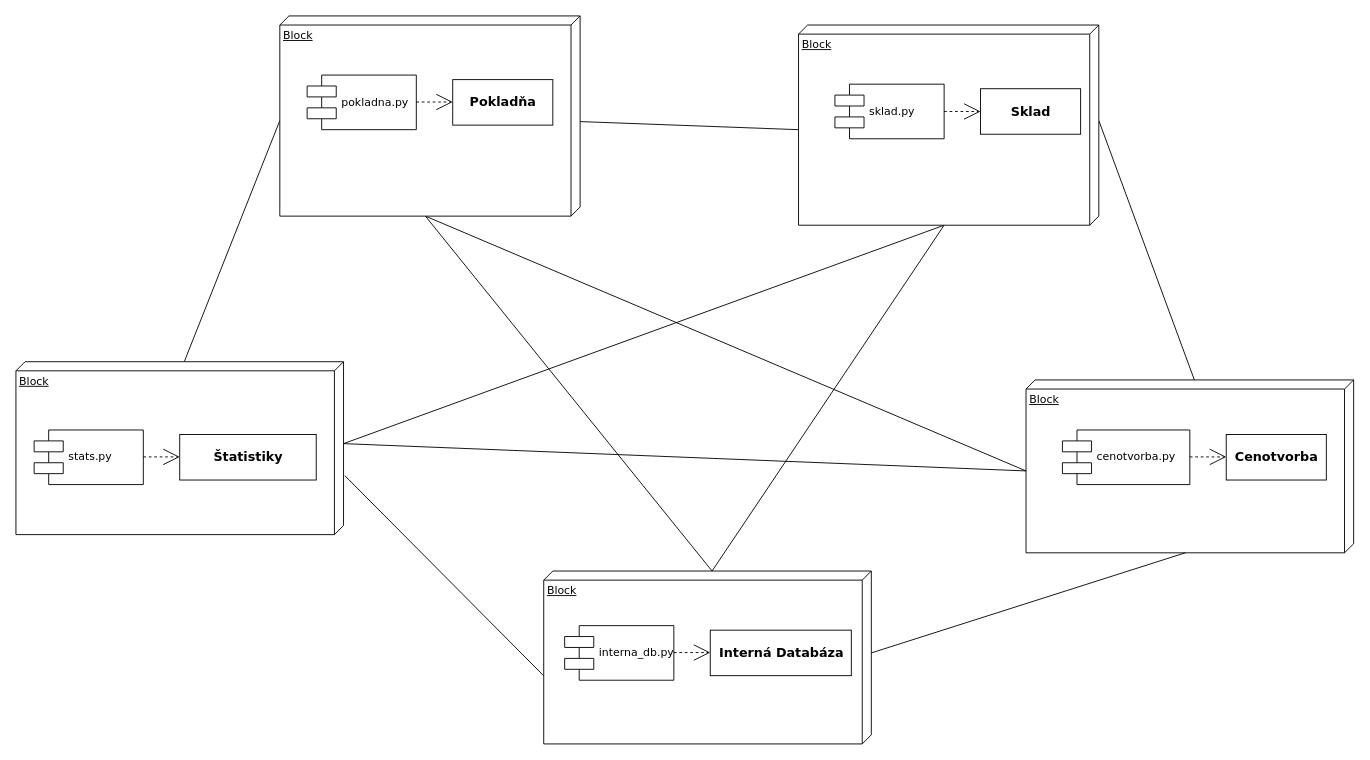
Earlier version of the draw.io diagram class_sample.drawio (GISAdamToth/draw.io). Source tidied: cells renumbered, new cells numbered last; positions are measured from the earlier drawing's top-left corner, leaving out a move shared by most shapes. Both pictures are drawn from the tidied source at 91%, with x=0, y=0 at pixel (15, 15).
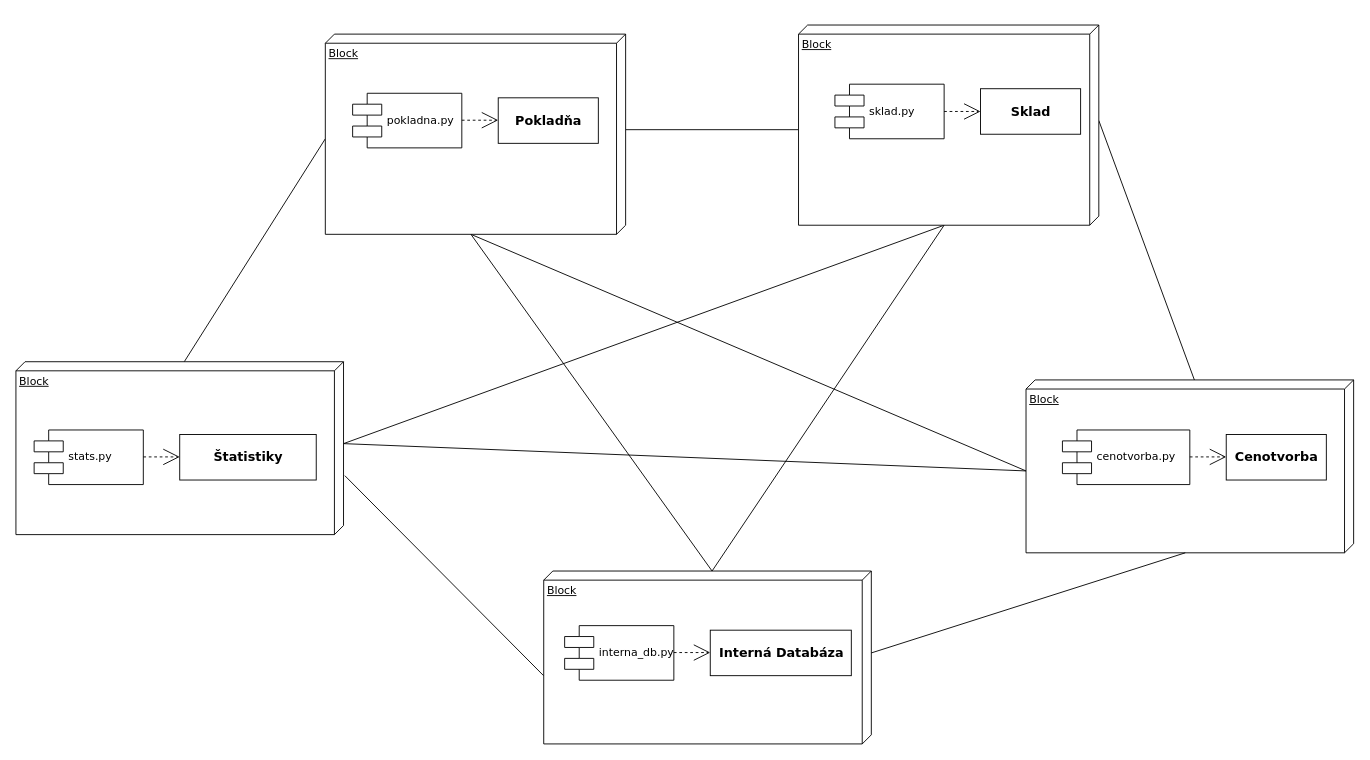
Above is the later version.

The change refers to these unchanged cells:
```xml
<mxCell id="25" value="Block" style="verticalAlign=top;align=left;spacingTop=8;spacingLeft=2;spacingRight=12;shape=cube;size=10;direction=south;fontStyle=4;html=1;rounded=0;shadow=0;comic=0;labelBackgroundColor=none;strokeWidth=1;fontFamily=Verdana;fontSize=12;" parent="24" vertex="1">
  <mxGeometry width="330" height="220" as="geometry" />
</mxCell>
<mxCell id="30" value="Block" style="verticalAlign=top;align=left;spacingTop=8;spacingLeft=2;spacingRight=12;shape=cube;size=10;direction=south;fontStyle=4;html=1;rounded=0;shadow=0;comic=0;labelBackgroundColor=none;strokeWidth=1;fontFamily=Verdana;fontSize=12;" parent="29" vertex="1">
  <mxGeometry width="330" height="220" as="geometry" />
</mxCell>
```

Diff of the diagram source:
```diff
@@
-    <mxCell id="17" style="endArrow=none;html=1;rounded=0;fontSize=14;entryX=0;entryY=0;entryDx=115;entryDy=330;entryPerimeter=0;" parent="1" edge="1" source="30" target="25">
+    <mxCell id="17" style="endArrow=none;html=1;rounded=0;fontSize=14;entryX=0;entryY=0;entryDx=115;entryDy=330;entryPerimeter=0;exitX=0;exitY=0;exitDx=105;exitDy=0;exitPerimeter=0;" parent="1" edge="1" source="30" target="25">
       <mxGeometry relative="1" as="geometry" />
     </mxCell>
@@
     <mxCell id="29" style="group;" parent="1" vertex="1">
-      <mxGeometry x="290" width="330" height="220" as="geometry" />
+      <mxGeometry x="340" y="20" width="330" height="220" as="geometry" />
     </mxCell>
```
